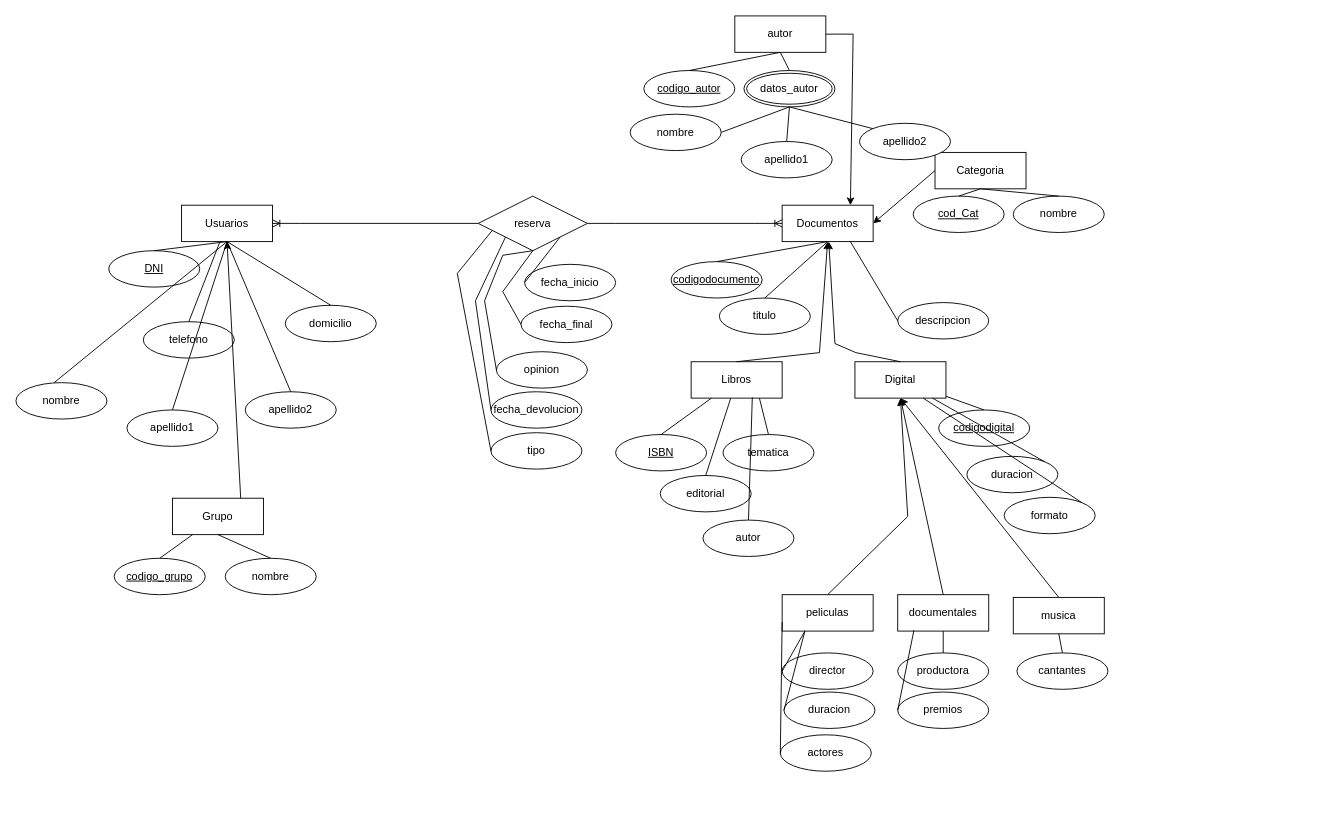
The draw.io diagram src/Biblioteca.drawio in marcsqdev/DAWMarcque, before the edit. Source tidied: cells renumbered, new cells numbered last; positions are measured from the earlier drawing's top-left corner, leaving out a move shared by most shapes. Both pictures are drawn from the tidied source at 91%, with x=0, y=0 at pixel (15, 15).
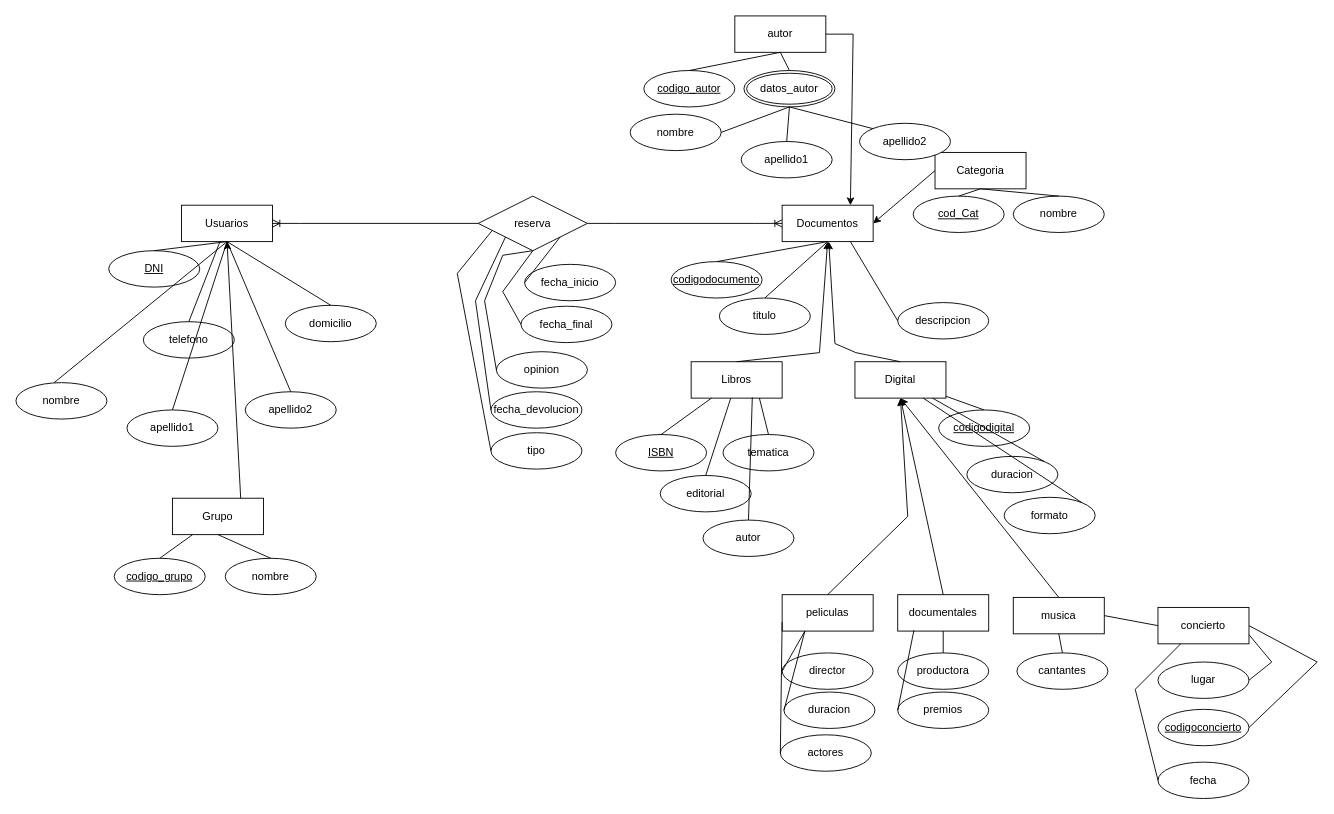
The same diagram, later.

Unchanged cells that the change refers to:
```xml
<mxCell id="61" value="musica" style="whiteSpace=wrap;html=1;align=center;" parent="1" vertex="1">
  <mxGeometry x="1096" y="639" width="100" height="40" as="geometry" />
</mxCell>
```

Change to the diagram source:
```diff
@@
+    <mxCell id="95" value="concierto" style="whiteSpace=wrap;html=1;align=center;" parent="1" vertex="1">
+      <mxGeometry x="1255" y="650" width="100" height="40" as="geometry" />
+    </mxCell>
+    <mxCell id="96" value="lugar" style="ellipse;whiteSpace=wrap;html=1;align=center;" parent="1" vertex="1">
+      <mxGeometry x="1255" y="710" width="100" height="40" as="geometry" />
+    </mxCell>
+    <mxCell id="97" value="codigoconcierto" style="ellipse;whiteSpace=wrap;html=1;align=center;fontStyle=4;" parent="1" vertex="1">
+      <mxGeometry x="1255" y="762" width="100" height="40" as="geometry" />
+    </mxCell>
+    <mxCell id="98" value="fecha" style="ellipse;whiteSpace=wrap;html=1;align=center;" parent="1" vertex="1">
+      <mxGeometry x="1255" y="820" width="100" height="40" as="geometry" />
+    </mxCell>
+    <mxCell id="99" style="endArrow=none;html=1;rounded=0;exitX=0;exitY=0.5;exitDx=0;exitDy=0;entryX=0.25;entryY=1;entryDx=0;entryDy=0;" parent="1" edge="1" source="98" target="95">
+      <mxGeometry relative="1" as="geometry">
+        <Array as="points">
+          <mxPoint x="1230" y="740" />
+        </Array>
+      </mxGeometry>
+    </mxCell>
+    <mxCell id="100" style="endArrow=none;html=1;rounded=0;entryX=1;entryY=0.5;entryDx=0;entryDy=0;exitX=1;exitY=0.5;exitDx=0;exitDy=0;" parent="1" edge="1" source="95" target="97">
+      <mxGeometry relative="1" as="geometry">
+        <Array as="points">
+          <mxPoint x="1430" y="710" />
+        </Array>
+      </mxGeometry>
+    </mxCell>
+    <mxCell id="101" style="endArrow=none;html=1;rounded=0;exitX=1;exitY=0.5;exitDx=0;exitDy=0;entryX=1;entryY=0.75;entryDx=0;entryDy=0;" parent="1" edge="1" source="96" target="95">
+      <mxGeometry relative="1" as="geometry">
+        <Array as="points">
+          <mxPoint x="1380" y="710" />
+        </Array>
+      </mxGeometry>
+    </mxCell>
+    <mxCell id="102" style="endArrow=none;html=1;rounded=0;entryX=0;entryY=0.5;entryDx=0;entryDy=0;exitX=1;exitY=0.5;exitDx=0;exitDy=0;" parent="1" edge="1" source="61" target="95">
+      <mxGeometry relative="1" as="geometry" />
+    </mxCell>
```
